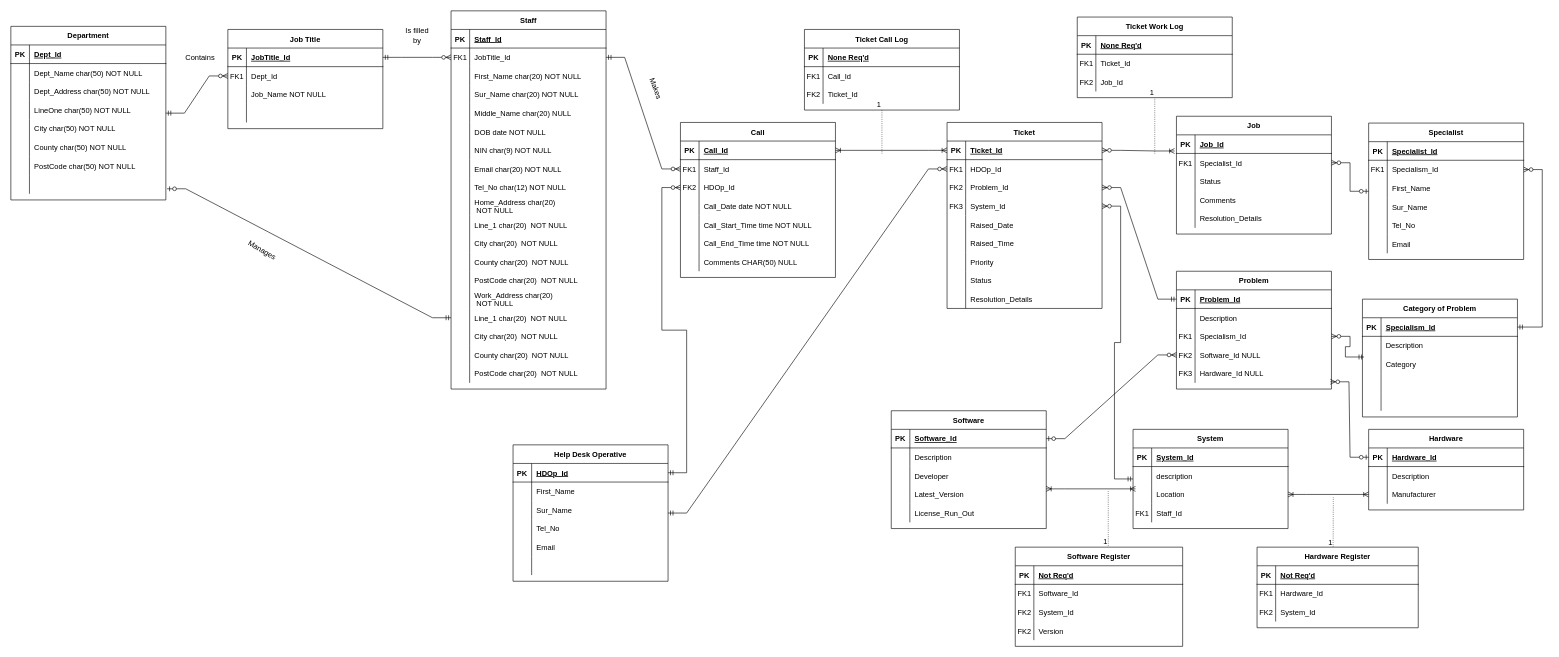
Above: Assets/Untitled Diagram.drawio in olliej111/RTS-Unit-Control (draw.io), before the change. Source tidied: cells renumbered, new cells numbered last; positions are measured from the earlier drawing's top-left corner, leaving out a move shared by most shapes. Both pictures are drawn from the tidied source at 62%, with x=0, y=0 at pixel (11, 11).
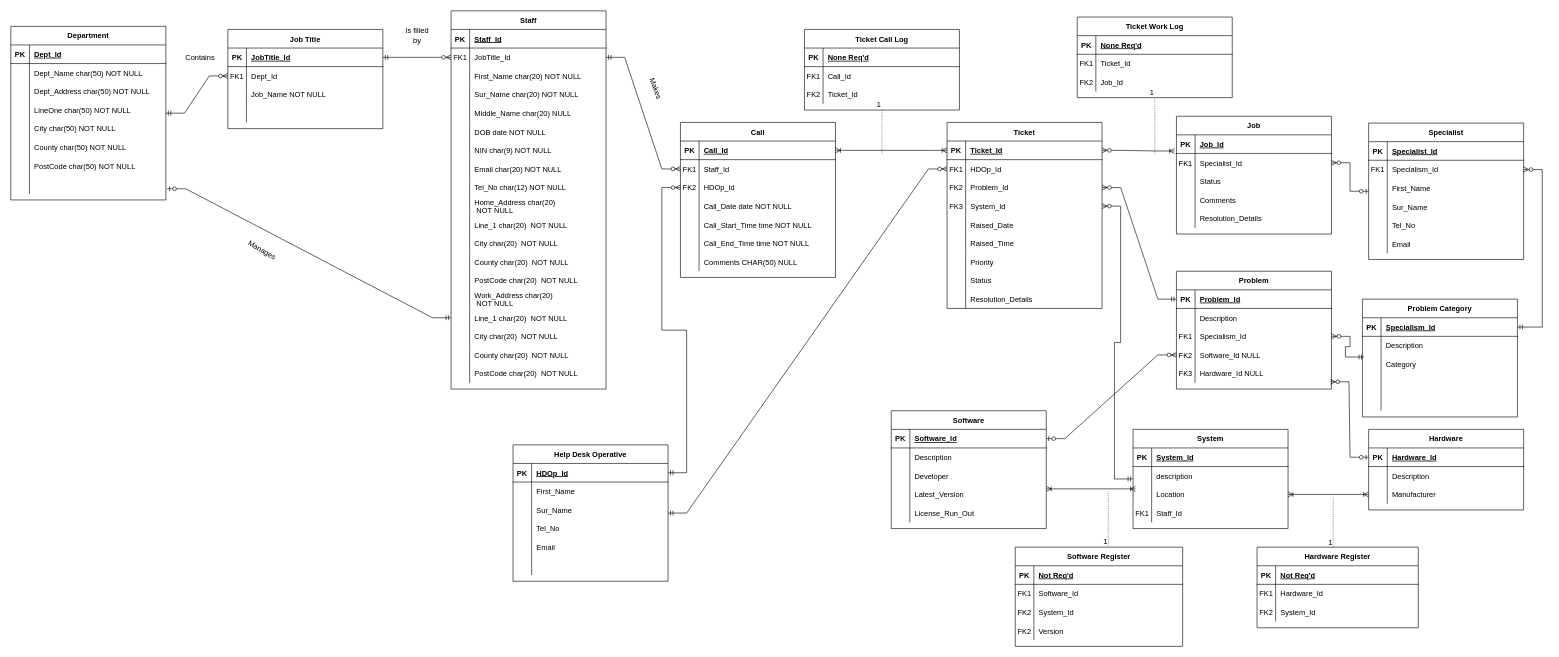
The same page after the edit.

What changed in the source:
```diff
@@
-    <mxCell id="325" value="Category of Problem" style="shape=table;startSize=30;childLayout=tableLayout;rowLines=0;fontStyle=1;align=center;" parent="1" vertex="1">
+    <mxCell id="325" value="Problem Category" style="shape=table;startSize=30;childLayout=tableLayout;rowLines=0;fontStyle=1;align=center;" parent="1" vertex="1">
       <mxGeometry x="2180" y="465" width="250" height="190" as="geometry" />
     </mxCell>
```
